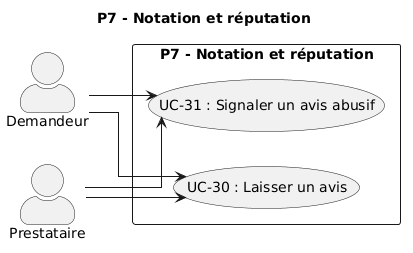
Earlier version of the PlantUML export images/diagramme_cu_p7.png (KazeHolloway/Projet_LaTex).
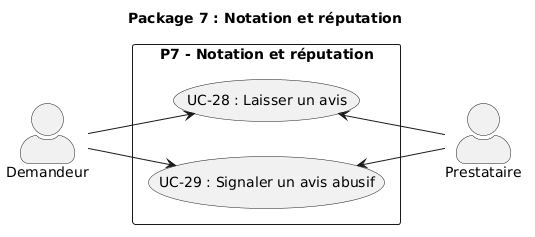
Above is the later version.

Change to the diagram source:
```diff
@@ -1,21 +1,21 @@
 @startuml
-title P7 - Notation et réputation
+title Package 7 : Notation et réputation
 
 left to right direction
 skinparam actorStyle awesome
-skinparam linetype ortho
+
 
 actor "Demandeur" as demandeur
 actor "Prestataire" as prestataire
 
 rectangle "P7 - Notation et réputation" {
-  usecase "UC-30 : Laisser un avis" as UC30
-  usecase "UC-31 : Signaler un avis abusif" as UC31
+  usecase "UC-28 : Laisser un avis" as UC28
+  usecase "UC-29 : Signaler un avis abusif" as UC29
 }
 
-demandeur --> UC30
-demandeur --> UC31
+demandeur --> UC28
+demandeur --> UC29
 
-prestataire --> UC30
-prestataire --> UC31
+prestataire -up-> UC28
+prestataire -up-> UC29
 @enduml
```
